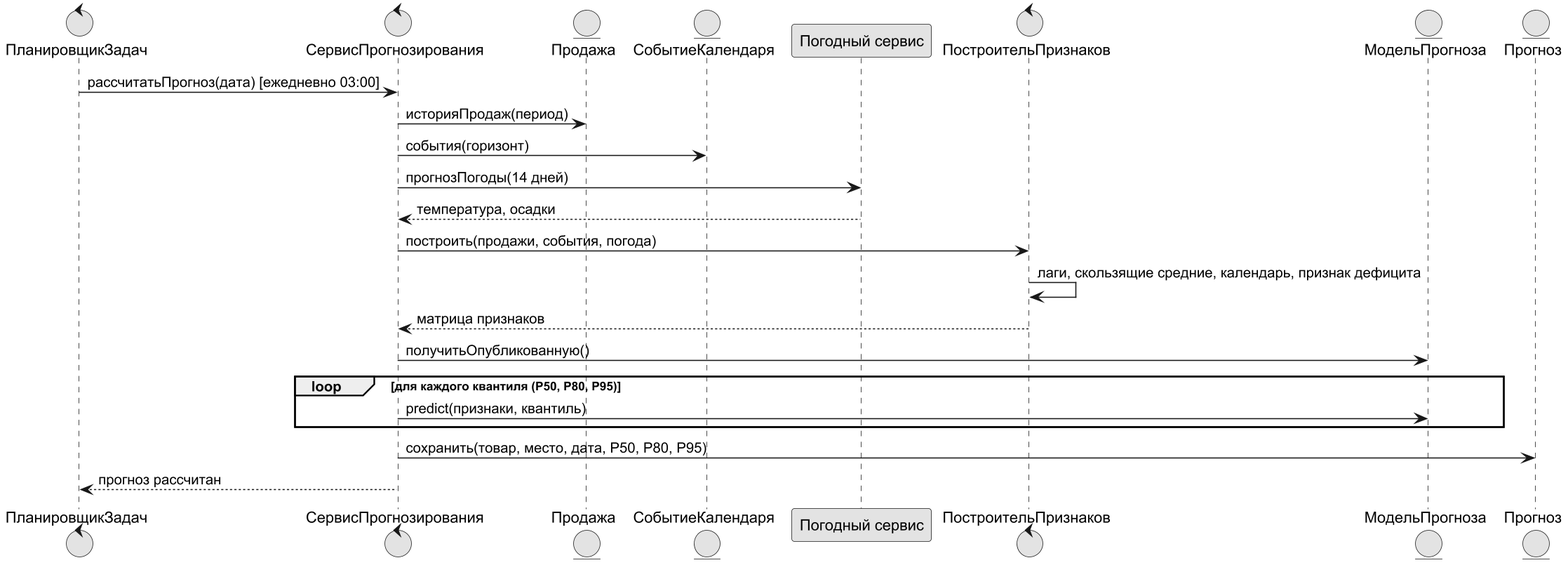
Before: diagrams/uml_seq_1.png, a diagram exported from PlantUML (DarkSwordman999/flower-demand-planning). Its diagram source:
```plantuml
@startuml
!pragma layout smetana
skinparam dpi 150
skinparam defaultFontName Arial
skinparam shadowing false
skinparam monochrome true
control "ПланировщикЗадач" as SCH
control "СервисПрогнозирования" as S
entity "Продажа" as PR
entity "СобытиеКалендаря" as EV
participant "Погодный сервис" as W
control "ПостроительПризнаков" as FB
entity "МодельПрогноза" as M
entity "Прогноз" as F
SCH -> S : рассчитатьПрогноз(дата) [ежедневно 03:00]
S -> PR : историяПродаж(период)
S -> EV : события(горизонт)
S -> W : прогнозПогоды(14 дней)
W --> S : температура, осадки
S -> FB : построить(продажи, события, погода)
FB -> FB : лаги, скользящие средние, календарь, признак дефицита
FB --> S : матрица признаков
S -> M : получитьОпубликованную()
loop для каждого квантиля (P50, P80, P95)
  S -> M : predict(признаки, квантиль)
end
S -> F : сохранить(товар, место, дата, P50, P80, P95)
S --> SCH : прогноз рассчитан
@enduml
```
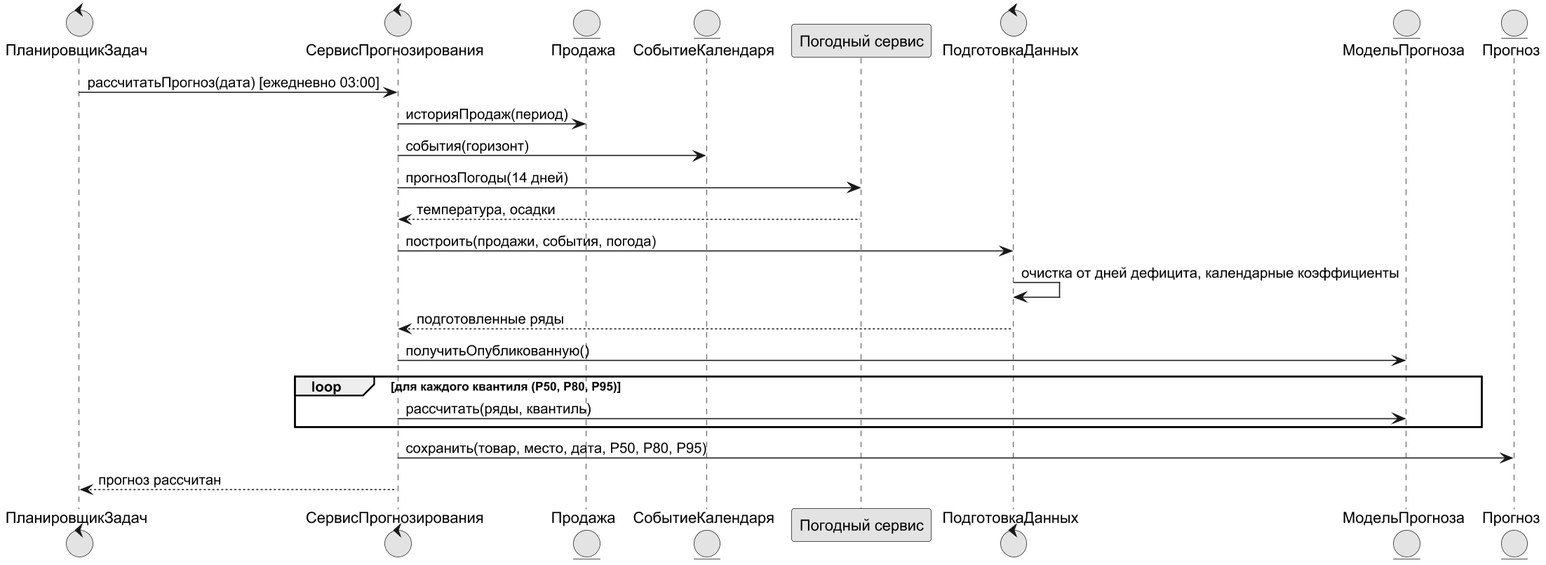
Above is the later version.

Change to the diagram source:
```diff
@@ -9,7 +9,7 @@
 entity "Продажа" as PR
 entity "СобытиеКалендаря" as EV
 participant "Погодный сервис" as W
-control "ПостроительПризнаков" as FB
+control "ПодготовкаДанных" as FB
 entity "МодельПрогноза" as M
 entity "Прогноз" as F
 SCH -> S : рассчитатьПрогноз(дата) [ежедневно 03:00]
@@ -18,11 +18,11 @@
 S -> W : прогнозПогоды(14 дней)
 W --> S : температура, осадки
 S -> FB : построить(продажи, события, погода)
-FB -> FB : лаги, скользящие средние, календарь, признак дефицита
-FB --> S : матрица признаков
+FB -> FB : очистка от дней дефицита, календарные коэффициенты
+FB --> S : подготовленные ряды
 S -> M : получитьОпубликованную()
 loop для каждого квантиля (P50, P80, P95)
-  S -> M : predict(признаки, квантиль)
+  S -> M : рассчитать(ряды, квантиль)
 end
 S -> F : сохранить(товар, место, дата, P50, P80, P95)
 S --> SCH : прогноз рассчитан
```
